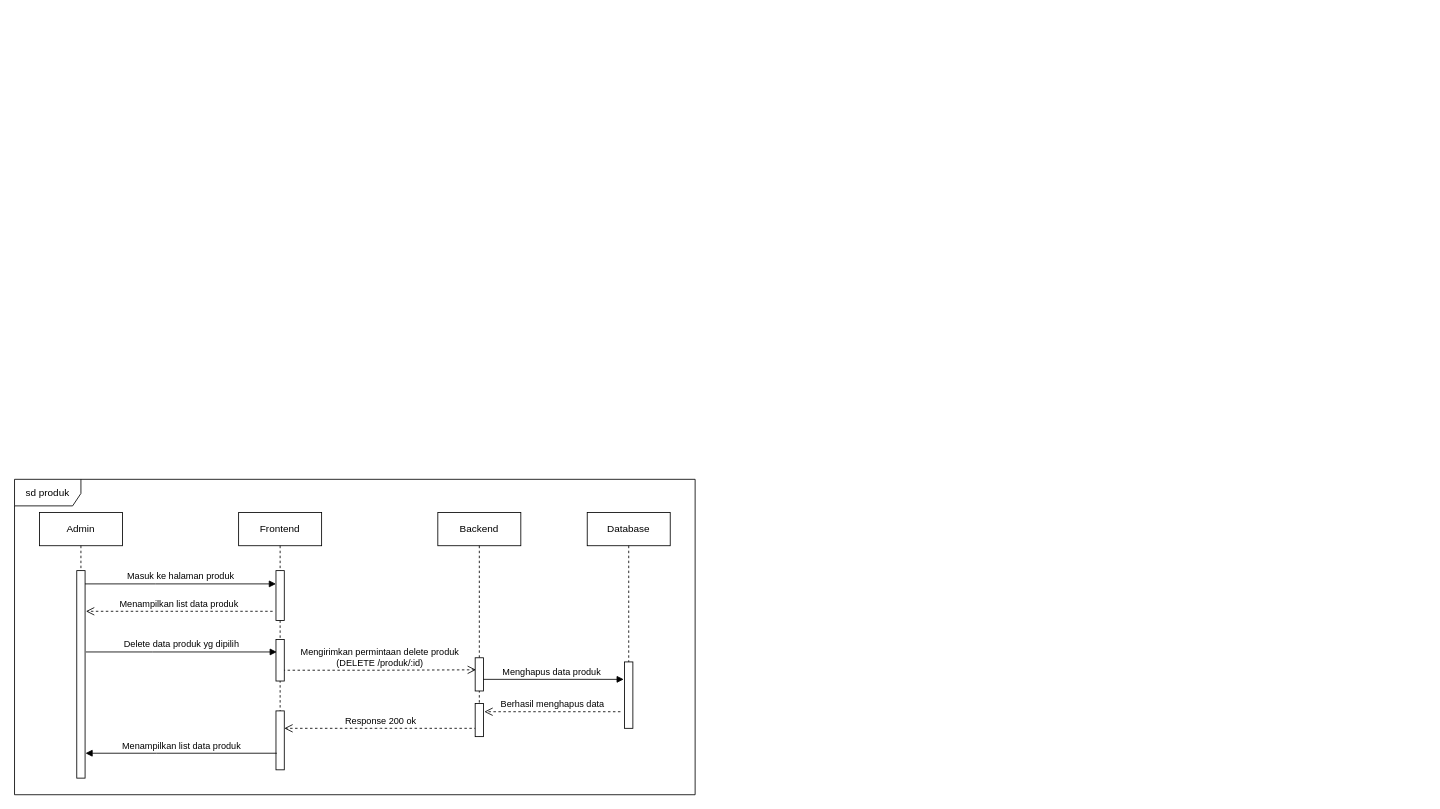
Before: page "Halaman-6" (2 of 5) of Sequence.drawio in sintariaulia/Diagram, a draw.io diagram. Source tidied: cells renumbered, new cells numbered last; positions are measured from the earlier drawing's top-left corner, leaving out a move shared by most shapes. Both pictures are drawn from the tidied source at 83%, with x=0, y=0 at pixel (14, 479).
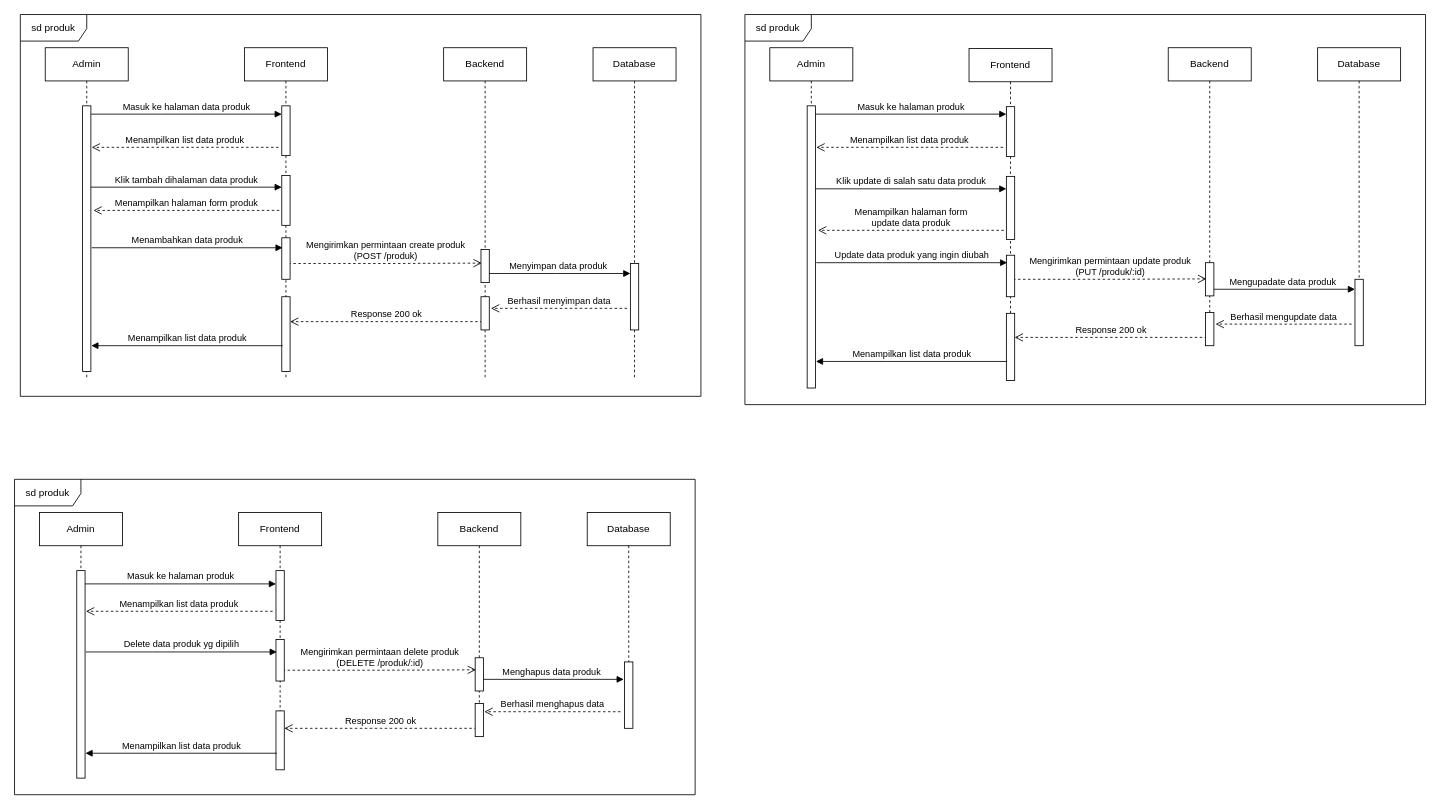
Above is the later version.

The edit, as a diff of the source:
```diff
@@
+    <mxCell id="22" value="Response 200 ok" style="html=1;verticalAlign=bottom;endArrow=open;dashed=1;endSize=8;edgeStyle=elbowEdgeStyle;elbow=horizontal;curved=0;rounded=0;" parent="1" edge="1">
+      <mxGeometry relative="1" as="geometry">
+        <mxPoint x="1437" y="-171" as="sourcePoint" />
+        <mxPoint x="1205" y="-171" as="targetPoint" />
+      </mxGeometry>
+    </mxCell>
+    <mxCell id="23" value="Mengupadate data produk" style="html=1;verticalAlign=bottom;endArrow=block;edgeStyle=elbowEdgeStyle;elbow=horizontal;curved=0;rounded=0;" parent="1" edge="1">
+      <mxGeometry relative="1" as="geometry">
+        <mxPoint x="1440" y="-229" as="sourcePoint" />
+        <mxPoint x="1615" y="-229" as="targetPoint" />
+        <Array as="points">
+          <mxPoint x="1525" y="-229" />
+        </Array>
+      </mxGeometry>
+    </mxCell>
+    <mxCell id="24" value="Mengirimkan permintaan update produk&lt;br&gt;(PUT /produk/:id)" style="html=1;verticalAlign=bottom;endArrow=open;dashed=1;endSize=8;edgeStyle=elbowEdgeStyle;elbow=horizontal;curved=0;rounded=0;entryX=-0.2;entryY=0.37;entryDx=0;entryDy=0;entryPerimeter=0;" parent="1" edge="1">
+      <mxGeometry relative="1" as="geometry">
+        <mxPoint x="1203" y="-241" as="sourcePoint" />
+        <mxPoint x="1436" y="-241.5" as="targetPoint" />
+      </mxGeometry>
+    </mxCell>
+    <mxCell id="25" value="Admin" style="shape=umlLifeline;perimeter=lifelinePerimeter;whiteSpace=wrap;html=1;newEdgeStyle={&quot;edgeStyle&quot;:&quot;elbowEdgeStyle&quot;,&quot;elbow&quot;:&quot;vertical&quot;,&quot;curved&quot;:0,&quot;rounded&quot;:0};" parent="1" vertex="1">
+      <mxGeometry x="910" y="-520" width="100" height="410" as="geometry" />
+    </mxCell>
+    <mxCell id="26" style="html=1;points=[];perimeter=orthogonalPerimeter;outlineConnect=0;targetShapes=umlLifeline;portConstraint=eastwest;newEdgeStyle={&quot;edgeStyle&quot;:&quot;elbowEdgeStyle&quot;,&quot;elbow&quot;:&quot;vertical&quot;,&quot;curved&quot;:0,&quot;rounded&quot;:0};" parent="25" vertex="1">
+      <mxGeometry x="45" y="70" width="10" height="340" as="geometry" />
+    </mxCell>
+    <mxCell id="27" value="Frontend" style="shape=umlLifeline;perimeter=lifelinePerimeter;whiteSpace=wrap;html=1;newEdgeStyle={&quot;edgeStyle&quot;:&quot;elbowEdgeStyle&quot;,&quot;elbow&quot;:&quot;vertical&quot;,&quot;curved&quot;:0,&quot;rounded&quot;:0};" parent="1" vertex="1">
+      <mxGeometry x="1150" y="-519" width="100" height="400" as="geometry" />
+    </mxCell>
+    <mxCell id="28" style="html=1;points=[];perimeter=orthogonalPerimeter;outlineConnect=0;targetShapes=umlLifeline;portConstraint=eastwest;newEdgeStyle={&quot;edgeStyle&quot;:&quot;elbowEdgeStyle&quot;,&quot;elbow&quot;:&quot;vertical&quot;,&quot;curved&quot;:0,&quot;rounded&quot;:0};" parent="27" vertex="1">
+      <mxGeometry x="45" y="70" width="10" height="60" as="geometry" />
+    </mxCell>
+    <mxCell id="29" style="html=1;perimeter=orthogonalPerimeter;targetShapes=umlLifeline;newEdgeStyle={&quot;edgeStyle&quot;:&quot;elbowEdgeStyle&quot;,&quot;elbow&quot;:&quot;vertical&quot;,&quot;curved&quot;:0,&quot;rounded&quot;:0};" parent="27" vertex="1">
+      <mxGeometry x="45" y="249" width="10" height="50" as="geometry" />
+    </mxCell>
+    <mxCell id="30" style="html=1;perimeter=orthogonalPerimeter;targetShapes=umlLifeline;newEdgeStyle={&quot;edgeStyle&quot;:&quot;elbowEdgeStyle&quot;,&quot;elbow&quot;:&quot;vertical&quot;,&quot;curved&quot;:0,&quot;rounded&quot;:0};" parent="27" vertex="1">
+      <mxGeometry x="45" y="319" width="10" height="81" as="geometry" />
+    </mxCell>
+    <mxCell id="31" style="html=1;perimeter=orthogonalPerimeter;targetShapes=umlLifeline;newEdgeStyle={&quot;edgeStyle&quot;:&quot;elbowEdgeStyle&quot;,&quot;elbow&quot;:&quot;vertical&quot;,&quot;curved&quot;:0,&quot;rounded&quot;:0};" parent="27" vertex="1">
+      <mxGeometry x="45" y="154" width="10" height="76" as="geometry" />
+    </mxCell>
+    <mxCell id="32" value="Masuk ke halaman produk" style="html=1;verticalAlign=bottom;endArrow=block;edgeStyle=elbowEdgeStyle;elbow=horizontal;curved=0;rounded=0;" parent="1" edge="1" source="26" target="28">
+      <mxGeometry relative="1" as="geometry">
+        <Array as="points">
+          <mxPoint x="1050" y="-440" />
+        </Array>
+      </mxGeometry>
+    </mxCell>
+    <mxCell id="33" value="Menampilkan halaman form &lt;br&gt;update data produk" style="html=1;verticalAlign=bottom;endArrow=open;dashed=1;endSize=8;edgeStyle=elbowEdgeStyle;elbow=horizontal;curved=0;rounded=0;" parent="1" edge="1">
+      <mxGeometry relative="1" as="geometry">
+        <mxPoint x="1192" y="-300" as="sourcePoint" />
+        <mxPoint x="968" y="-300" as="targetPoint" />
+      </mxGeometry>
+    </mxCell>
+    <mxCell id="34" value="Backend" style="shape=umlLifeline;perimeter=lifelinePerimeter;whiteSpace=wrap;html=1;newEdgeStyle={&quot;edgeStyle&quot;:&quot;elbowEdgeStyle&quot;,&quot;elbow&quot;:&quot;vertical&quot;,&quot;curved&quot;:0,&quot;rounded&quot;:0};" parent="1" vertex="1">
+      <mxGeometry x="1390" y="-520" width="100" height="340" as="geometry" />
+    </mxCell>
+    <mxCell id="35" style="html=1;perimeter=orthogonalPerimeter;targetShapes=umlLifeline;newEdgeStyle={&quot;edgeStyle&quot;:&quot;elbowEdgeStyle&quot;,&quot;elbow&quot;:&quot;vertical&quot;,&quot;curved&quot;:0,&quot;rounded&quot;:0};" parent="34" vertex="1">
+      <mxGeometry x="45" y="259" width="10" height="40" as="geometry" />
+    </mxCell>
+    <mxCell id="36" style="html=1;perimeter=orthogonalPerimeter;targetShapes=umlLifeline;newEdgeStyle={&quot;edgeStyle&quot;:&quot;elbowEdgeStyle&quot;,&quot;elbow&quot;:&quot;vertical&quot;,&quot;curved&quot;:0,&quot;rounded&quot;:0};" parent="34" vertex="1">
+      <mxGeometry x="45" y="319" width="10" height="40" as="geometry" />
+    </mxCell>
+    <mxCell id="37" value="Database" style="shape=umlLifeline;perimeter=lifelinePerimeter;whiteSpace=wrap;html=1;newEdgeStyle={&quot;edgeStyle&quot;:&quot;elbowEdgeStyle&quot;,&quot;elbow&quot;:&quot;vertical&quot;,&quot;curved&quot;:0,&quot;rounded&quot;:0};" parent="1" vertex="1">
+      <mxGeometry x="1570" y="-520" width="100" height="340" as="geometry" />
+    </mxCell>
+    <mxCell id="38" style="html=1;perimeter=orthogonalPerimeter;targetShapes=umlLifeline;newEdgeStyle={&quot;edgeStyle&quot;:&quot;elbowEdgeStyle&quot;,&quot;elbow&quot;:&quot;vertical&quot;,&quot;curved&quot;:0,&quot;rounded&quot;:0};" parent="37" vertex="1">
+      <mxGeometry x="45" y="279" width="10" height="80" as="geometry" />
+    </mxCell>
+    <mxCell id="39" value="Menampilkan list data produk" style="html=1;verticalAlign=bottom;endArrow=open;dashed=1;endSize=8;edgeStyle=elbowEdgeStyle;elbow=vertical;curved=0;rounded=0;" parent="1" edge="1">
+      <mxGeometry relative="1" as="geometry">
+        <mxPoint x="1191" y="-400" as="sourcePoint" />
+        <mxPoint x="966" y="-400" as="targetPoint" />
+      </mxGeometry>
+    </mxCell>
+    <mxCell id="40" value="Klik update di salah satu data produk" style="html=1;verticalAlign=bottom;endArrow=block;edgeStyle=elbowEdgeStyle;elbow=horizontal;curved=0;rounded=0;" parent="1" edge="1">
+      <mxGeometry relative="1" as="geometry">
+        <mxPoint x="965" y="-350" as="sourcePoint" />
+        <mxPoint x="1195" y="-350" as="targetPoint" />
+        <Array as="points">
+          <mxPoint x="1045" y="-350" />
+        </Array>
+      </mxGeometry>
+    </mxCell>
+    <mxCell id="41" value="Update data produk yang ingin diubah" style="html=1;verticalAlign=bottom;endArrow=block;edgeStyle=elbowEdgeStyle;elbow=horizontal;curved=0;rounded=0;" parent="1" edge="1">
+      <mxGeometry relative="1" as="geometry">
+        <mxPoint x="966" y="-261" as="sourcePoint" />
+        <mxPoint x="1196" y="-261" as="targetPoint" />
+        <Array as="points">
+          <mxPoint x="1046" y="-261" />
+        </Array>
+      </mxGeometry>
+    </mxCell>
+    <mxCell id="42" value="Berhasil mengupdate data" style="html=1;verticalAlign=bottom;endArrow=open;dashed=1;endSize=8;edgeStyle=elbowEdgeStyle;elbow=vertical;curved=0;rounded=0;" parent="1" edge="1">
+      <mxGeometry relative="1" as="geometry">
+        <mxPoint x="1611" y="-187" as="sourcePoint" />
+        <mxPoint x="1447" y="-187" as="targetPoint" />
+      </mxGeometry>
+    </mxCell>
+    <mxCell id="43" value="Menampilkan list data produk" style="html=1;verticalAlign=bottom;endArrow=block;edgeStyle=elbowEdgeStyle;elbow=horizontal;curved=0;rounded=0;" parent="1" edge="1">
+      <mxGeometry relative="1" as="geometry">
+        <mxPoint x="1196" y="-142" as="sourcePoint" />
+        <mxPoint x="965.5" y="-142" as="targetPoint" />
+        <Array as="points">
+          <mxPoint x="1051" y="-142" />
+        </Array>
+      </mxGeometry>
+    </mxCell>
+    <mxCell id="44" value="sd produk" style="shape=umlFrame;whiteSpace=wrap;html=1;width=80;height=32;" parent="1" vertex="1">
+      <mxGeometry x="880" y="-560" width="820" height="470" as="geometry" />
+    </mxCell>
+    <mxCell id="45" value="Response 200 ok" style="html=1;verticalAlign=bottom;endArrow=open;dashed=1;endSize=8;edgeStyle=elbowEdgeStyle;elbow=horizontal;curved=0;rounded=0;" parent="1" edge="1">
+      <mxGeometry relative="1" as="geometry">
+        <mxPoint x="564" y="-190" as="sourcePoint" />
+        <mxPoint x="332" y="-190" as="targetPoint" />
+      </mxGeometry>
+    </mxCell>
+    <mxCell id="46" value="Menyimpan data produk" style="html=1;verticalAlign=bottom;endArrow=block;edgeStyle=elbowEdgeStyle;elbow=horizontal;curved=0;rounded=0;" parent="1" edge="1">
+      <mxGeometry relative="1" as="geometry">
+        <mxPoint x="567" y="-248" as="sourcePoint" />
+        <mxPoint x="742" y="-248" as="targetPoint" />
+        <Array as="points">
+          <mxPoint x="652" y="-248" />
+        </Array>
+      </mxGeometry>
+    </mxCell>
+    <mxCell id="47" value="Mengirimkan permintaan create produk&lt;br&gt;(POST /produk)" style="html=1;verticalAlign=bottom;endArrow=open;dashed=1;endSize=8;edgeStyle=elbowEdgeStyle;elbow=horizontal;curved=0;rounded=0;entryX=-0.2;entryY=0.37;entryDx=0;entryDy=0;entryPerimeter=0;" parent="1" edge="1">
+      <mxGeometry relative="1" as="geometry">
+        <mxPoint x="330" y="-260" as="sourcePoint" />
+        <mxPoint x="563" y="-260.5" as="targetPoint" />
+      </mxGeometry>
+    </mxCell>
+    <mxCell id="48" value="Admin" style="shape=umlLifeline;perimeter=lifelinePerimeter;whiteSpace=wrap;html=1;newEdgeStyle={&quot;edgeStyle&quot;:&quot;elbowEdgeStyle&quot;,&quot;elbow&quot;:&quot;vertical&quot;,&quot;curved&quot;:0,&quot;rounded&quot;:0};" parent="1" vertex="1">
+      <mxGeometry x="37" y="-520" width="100" height="400" as="geometry" />
+    </mxCell>
+    <mxCell id="49" style="html=1;points=[];perimeter=orthogonalPerimeter;outlineConnect=0;targetShapes=umlLifeline;portConstraint=eastwest;newEdgeStyle={&quot;edgeStyle&quot;:&quot;elbowEdgeStyle&quot;,&quot;elbow&quot;:&quot;vertical&quot;,&quot;curved&quot;:0,&quot;rounded&quot;:0};" parent="48" vertex="1">
+      <mxGeometry x="45" y="70" width="10" height="320" as="geometry" />
+    </mxCell>
+    <mxCell id="50" value="Frontend" style="shape=umlLifeline;perimeter=lifelinePerimeter;whiteSpace=wrap;html=1;newEdgeStyle={&quot;edgeStyle&quot;:&quot;elbowEdgeStyle&quot;,&quot;elbow&quot;:&quot;vertical&quot;,&quot;curved&quot;:0,&quot;rounded&quot;:0};" parent="1" vertex="1">
+      <mxGeometry x="277" y="-520" width="100" height="400" as="geometry" />
+    </mxCell>
+    <mxCell id="51" style="html=1;points=[];perimeter=orthogonalPerimeter;outlineConnect=0;targetShapes=umlLifeline;portConstraint=eastwest;newEdgeStyle={&quot;edgeStyle&quot;:&quot;elbowEdgeStyle&quot;,&quot;elbow&quot;:&quot;vertical&quot;,&quot;curved&quot;:0,&quot;rounded&quot;:0};" parent="50" vertex="1">
+      <mxGeometry x="45" y="70" width="10" height="60" as="geometry" />
+    </mxCell>
+    <mxCell id="52" style="html=1;perimeter=orthogonalPerimeter;targetShapes=umlLifeline;newEdgeStyle={&quot;edgeStyle&quot;:&quot;elbowEdgeStyle&quot;,&quot;elbow&quot;:&quot;vertical&quot;,&quot;curved&quot;:0,&quot;rounded&quot;:0};" parent="50" vertex="1">
+      <mxGeometry x="45" y="229" width="10" height="50" as="geometry" />
+    </mxCell>
+    <mxCell id="53" style="html=1;perimeter=orthogonalPerimeter;targetShapes=umlLifeline;newEdgeStyle={&quot;edgeStyle&quot;:&quot;elbowEdgeStyle&quot;,&quot;elbow&quot;:&quot;vertical&quot;,&quot;curved&quot;:0,&quot;rounded&quot;:0};" parent="50" vertex="1">
+      <mxGeometry x="45" y="300" width="10" height="90" as="geometry" />
+    </mxCell>
+    <mxCell id="54" style="html=1;perimeter=orthogonalPerimeter;targetShapes=umlLifeline;newEdgeStyle={&quot;edgeStyle&quot;:&quot;elbowEdgeStyle&quot;,&quot;elbow&quot;:&quot;vertical&quot;,&quot;curved&quot;:0,&quot;rounded&quot;:0};" parent="50" vertex="1">
+      <mxGeometry x="45" y="154" width="10" height="60" as="geometry" />
+    </mxCell>
+    <mxCell id="55" value="Masuk ke halaman data produk" style="html=1;verticalAlign=bottom;endArrow=block;edgeStyle=elbowEdgeStyle;elbow=horizontal;curved=0;rounded=0;" parent="1" edge="1" source="49" target="51">
+      <mxGeometry relative="1" as="geometry">
+        <Array as="points">
+          <mxPoint x="177" y="-440" />
+        </Array>
+      </mxGeometry>
+    </mxCell>
+    <mxCell id="56" value="Menampilkan halaman form produk" style="html=1;verticalAlign=bottom;endArrow=open;dashed=1;endSize=8;edgeStyle=elbowEdgeStyle;elbow=horizontal;curved=0;rounded=0;" parent="1" edge="1">
+      <mxGeometry relative="1" as="geometry">
+        <mxPoint x="319" y="-324" as="sourcePoint" />
+        <mxPoint x="95" y="-324" as="targetPoint" />
+      </mxGeometry>
+    </mxCell>
+    <mxCell id="57" value="Backend" style="shape=umlLifeline;perimeter=lifelinePerimeter;whiteSpace=wrap;html=1;newEdgeStyle={&quot;edgeStyle&quot;:&quot;elbowEdgeStyle&quot;,&quot;elbow&quot;:&quot;vertical&quot;,&quot;curved&quot;:0,&quot;rounded&quot;:0};" parent="1" vertex="1">
+      <mxGeometry x="517" y="-520" width="100" height="400" as="geometry" />
+    </mxCell>
+    <mxCell id="58" style="html=1;perimeter=orthogonalPerimeter;targetShapes=umlLifeline;newEdgeStyle={&quot;edgeStyle&quot;:&quot;elbowEdgeStyle&quot;,&quot;elbow&quot;:&quot;vertical&quot;,&quot;curved&quot;:0,&quot;rounded&quot;:0};" parent="57" vertex="1">
+      <mxGeometry x="45" y="243" width="10" height="40" as="geometry" />
+    </mxCell>
+    <mxCell id="59" style="html=1;perimeter=orthogonalPerimeter;targetShapes=umlLifeline;newEdgeStyle={&quot;edgeStyle&quot;:&quot;elbowEdgeStyle&quot;,&quot;elbow&quot;:&quot;vertical&quot;,&quot;curved&quot;:0,&quot;rounded&quot;:0};" parent="57" vertex="1">
+      <mxGeometry x="45" y="300" width="10" height="40" as="geometry" />
+    </mxCell>
+    <mxCell id="60" value="Database" style="shape=umlLifeline;perimeter=lifelinePerimeter;whiteSpace=wrap;html=1;newEdgeStyle={&quot;edgeStyle&quot;:&quot;elbowEdgeStyle&quot;,&quot;elbow&quot;:&quot;vertical&quot;,&quot;curved&quot;:0,&quot;rounded&quot;:0};" parent="1" vertex="1">
+      <mxGeometry x="697" y="-520" width="100" height="400" as="geometry" />
+    </mxCell>
+    <mxCell id="61" style="html=1;perimeter=orthogonalPerimeter;targetShapes=umlLifeline;newEdgeStyle={&quot;edgeStyle&quot;:&quot;elbowEdgeStyle&quot;,&quot;elbow&quot;:&quot;vertical&quot;,&quot;curved&quot;:0,&quot;rounded&quot;:0};" parent="60" vertex="1">
+      <mxGeometry x="45" y="260" width="10" height="80" as="geometry" />
+    </mxCell>
+    <mxCell id="62" value="Menampilkan list data produk" style="html=1;verticalAlign=bottom;endArrow=open;dashed=1;endSize=8;edgeStyle=elbowEdgeStyle;elbow=vertical;curved=0;rounded=0;" parent="1" edge="1">
+      <mxGeometry relative="1" as="geometry">
+        <mxPoint x="318" y="-400" as="sourcePoint" />
+        <mxPoint x="93" y="-400" as="targetPoint" />
+      </mxGeometry>
+    </mxCell>
+    <mxCell id="63" value="Klik tambah dihalaman data produk" style="html=1;verticalAlign=bottom;endArrow=block;edgeStyle=elbowEdgeStyle;elbow=horizontal;curved=0;rounded=0;" parent="1" edge="1">
+      <mxGeometry relative="1" as="geometry">
+        <mxPoint x="92" y="-352" as="sourcePoint" />
+        <mxPoint x="322" y="-352" as="targetPoint" />
+        <Array as="points">
+          <mxPoint x="172" y="-352" />
+        </Array>
+      </mxGeometry>
+    </mxCell>
+    <mxCell id="64" value="Menambahkan data produk" style="html=1;verticalAlign=bottom;endArrow=block;edgeStyle=elbowEdgeStyle;elbow=horizontal;curved=0;rounded=0;" parent="1" edge="1">
+      <mxGeometry relative="1" as="geometry">
+        <mxPoint x="93" y="-279" as="sourcePoint" />
+        <mxPoint x="323" y="-279" as="targetPoint" />
+        <Array as="points">
+          <mxPoint x="173" y="-279" />
+        </Array>
+      </mxGeometry>
+    </mxCell>
+    <mxCell id="65" value="Berhasil menyimpan data" style="html=1;verticalAlign=bottom;endArrow=open;dashed=1;endSize=8;edgeStyle=elbowEdgeStyle;elbow=horizontal;curved=0;rounded=0;" parent="1" edge="1">
+      <mxGeometry relative="1" as="geometry">
+        <mxPoint x="738" y="-206" as="sourcePoint" />
+        <mxPoint x="574" y="-206" as="targetPoint" />
+      </mxGeometry>
+    </mxCell>
+    <mxCell id="66" value="Menampilkan list data produk" style="html=1;verticalAlign=bottom;endArrow=block;edgeStyle=elbowEdgeStyle;elbow=horizontal;curved=0;rounded=0;" parent="1" edge="1">
+      <mxGeometry relative="1" as="geometry">
+        <mxPoint x="323" y="-161" as="sourcePoint" />
+        <mxPoint x="92.5" y="-161" as="targetPoint" />
+        <Array as="points">
+          <mxPoint x="178" y="-161" />
+        </Array>
+      </mxGeometry>
+    </mxCell>
+    <mxCell id="67" value="sd produk" style="shape=umlFrame;whiteSpace=wrap;html=1;width=80;height=32;" parent="1" vertex="1">
+      <mxGeometry x="7" y="-560" width="820" height="460" as="geometry" />
+    </mxCell>
```
